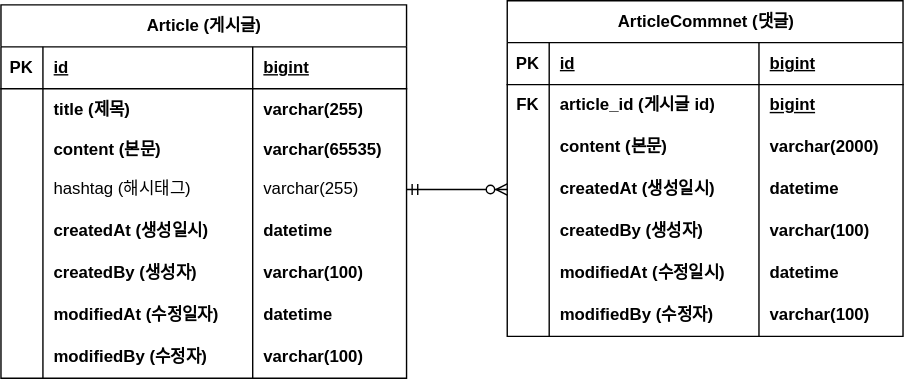
codingNoob12/fastcampus-project-board keeps this draw.io diagram as document/project-board-erd.svg. Above is the earlier version. Source tidied: cells renumbered, new cells last; positions are measured from the earlier drawing's top-left corner, leaving out a move shared by most shapes.
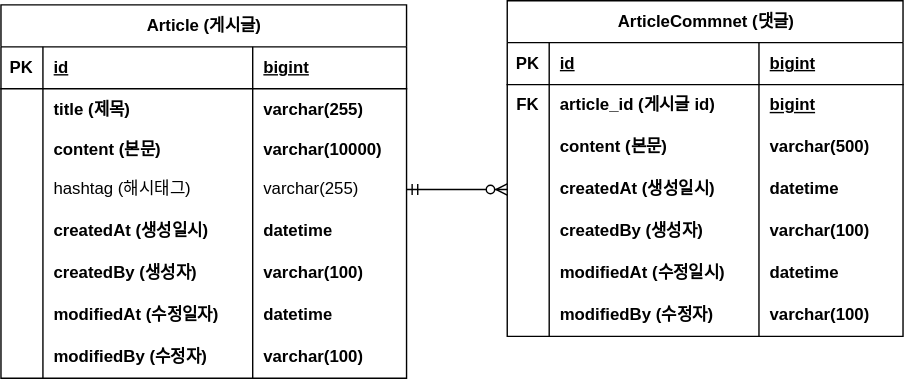
After the change.

Commit message:
#10 - erd 업데이트: content 사이즈 변경

Change to the diagram source:
```diff
@@ -38,7 +38,7 @@
     <mxCell id="13" value="content (본문)" style="shape=partialRectangle;fillColor=none;top=0;left=0;bottom=0;right=0;align=left;spacingLeft=6;overflow=hidden;whiteSpace=wrap;html=1;fontStyle=1;" parent="11" vertex="1">
       <mxGeometry x="30" width="150" height="27" as="geometry" />
     </mxCell>
-    <mxCell id="14" value="varchar(65535)" style="shape=partialRectangle;fillColor=none;top=0;left=0;bottom=0;right=0;align=left;spacingLeft=6;overflow=hidden;whiteSpace=wrap;html=1;fontStyle=1;" parent="11" vertex="1">
+    <mxCell id="14" value="varchar(10000)" style="shape=partialRectangle;fillColor=none;top=0;left=0;bottom=0;right=0;align=left;spacingLeft=6;overflow=hidden;whiteSpace=wrap;html=1;fontStyle=1;" parent="11" vertex="1">
       <mxGeometry x="180" width="110" height="27" as="geometry" />
     </mxCell>
     <mxCell id="15" style="shape=tableRow;horizontal=0;startSize=0;swimlaneHead=0;swimlaneBody=0;fillColor=none;points=[[0,0.5],[1,0.5]];portConstraint=eastwest;top=0;left=0;right=0;bottom=0;" parent="2" vertex="1">
@@ -137,7 +137,7 @@
     <mxCell id="46" value="content (본문)" style="shape=partialRectangle;fillColor=none;top=0;left=0;bottom=0;right=0;align=left;spacingLeft=6;overflow=hidden;whiteSpace=wrap;html=1;fontStyle=1;" parent="44" vertex="1">
       <mxGeometry x="30" width="150" height="30" as="geometry" />
     </mxCell>
-    <mxCell id="47" value="varchar(2000)" style="shape=partialRectangle;fillColor=none;top=0;left=0;bottom=0;right=0;align=left;spacingLeft=6;overflow=hidden;whiteSpace=wrap;html=1;fontStyle=1;" parent="44" vertex="1">
+    <mxCell id="47" value="varchar(500)" style="shape=partialRectangle;fillColor=none;top=0;left=0;bottom=0;right=0;align=left;spacingLeft=6;overflow=hidden;whiteSpace=wrap;html=1;fontStyle=1;" parent="44" vertex="1">
       <mxGeometry x="180" width="103" height="30" as="geometry" />
     </mxCell>
     <mxCell id="48" style="shape=tableRow;horizontal=0;startSize=0;swimlaneHead=0;swimlaneBody=0;fillColor=none;points=[[0,0.5],[1,0.5]];portConstraint=eastwest;top=0;left=0;right=0;bottom=0;" parent="35" vertex="1">
```
